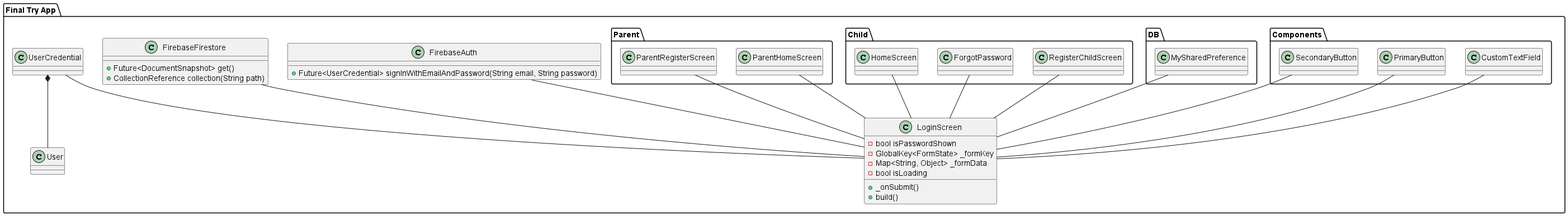
Before: out/lib/child/child_login_screen/child_login_screen.png, a diagram exported from PlantUML (Pranis-s/Emergency_Notifier_System).
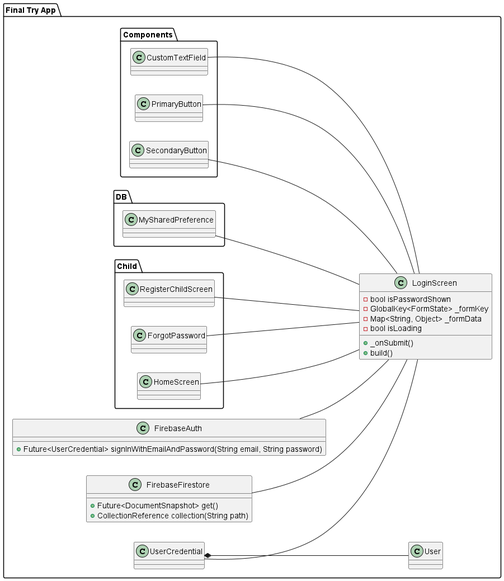
The same file after the commit.

Diff of the diagram source:
```diff
@@ -1,6 +1,6 @@
 @startuml
 
-
+left to right direction
 
 !define SPRITESURL https://raw.githubusercontent.com/rabelenda/cicon-plantuml-sprites/v1.1/sprites
 !define ICONSIZE 18
@@ -24,10 +24,6 @@
     class RegisterChildScreen
     class ForgotPassword
     class HomeScreen
-  }
-  package "Parent" {
-    class ParentHomeScreen
-    class ParentRegisterScreen
   }
   class LoginScreen {
     - bool isPasswordShown
@@ -57,8 +53,6 @@
   RegisterChildScreen -- LoginScreen
   ForgotPassword -- LoginScreen
   HomeScreen -- LoginScreen
-  ParentHomeScreen -- LoginScreen
-  ParentRegisterScreen -- LoginScreen
   FirebaseAuth -- LoginScreen
   FirebaseFirestore -- LoginScreen
   UserCredential -- LoginScreen
```
